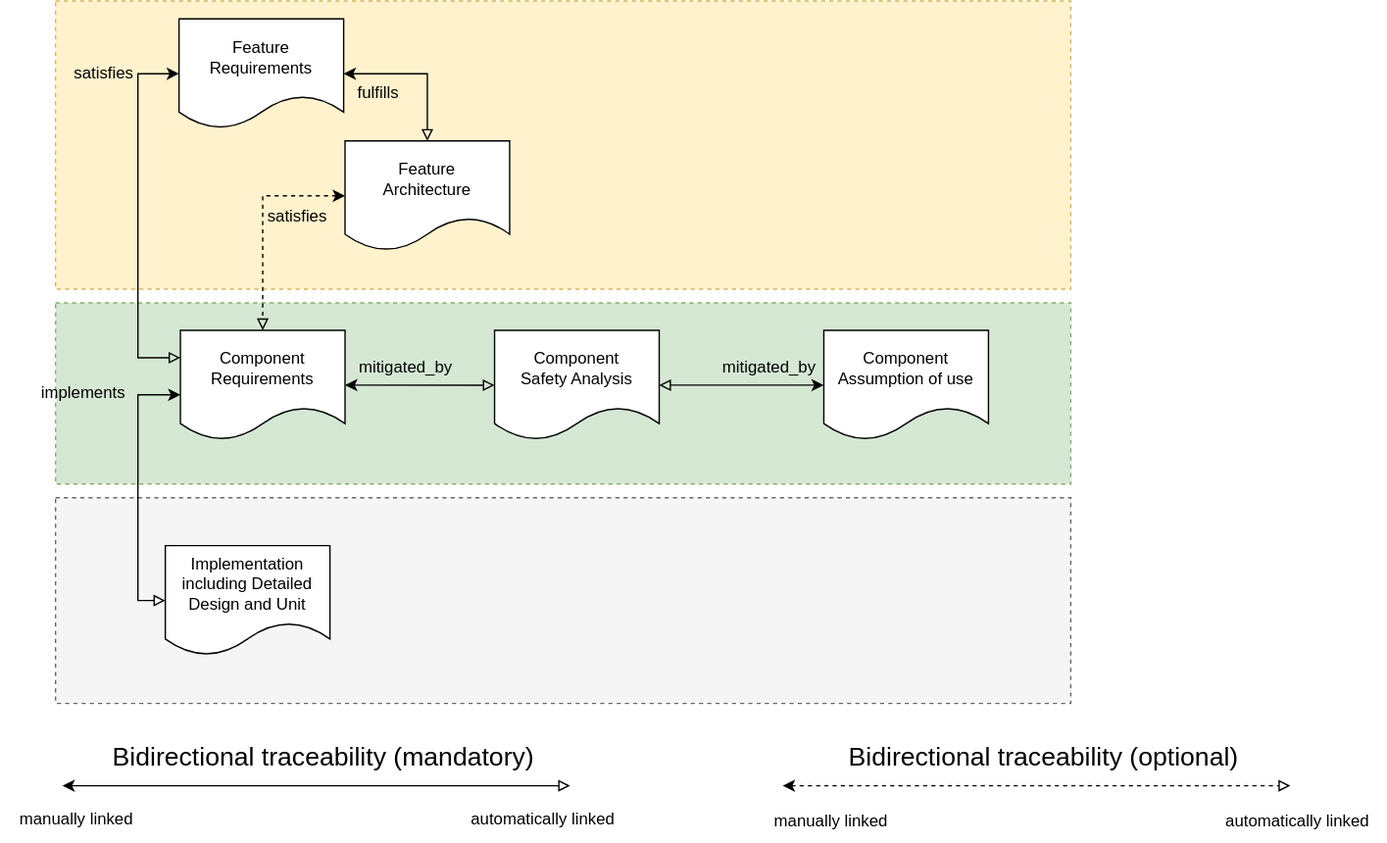
Above: main/_images/score_traceability_model_cmp_overview_3.drawio.svg in eclipse-score/process_description (draw.io), before the change. Source tidied: cells renumbered, new cells last; positions are measured from the earlier drawing's top-left corner, leaving out a move shared by most shapes.
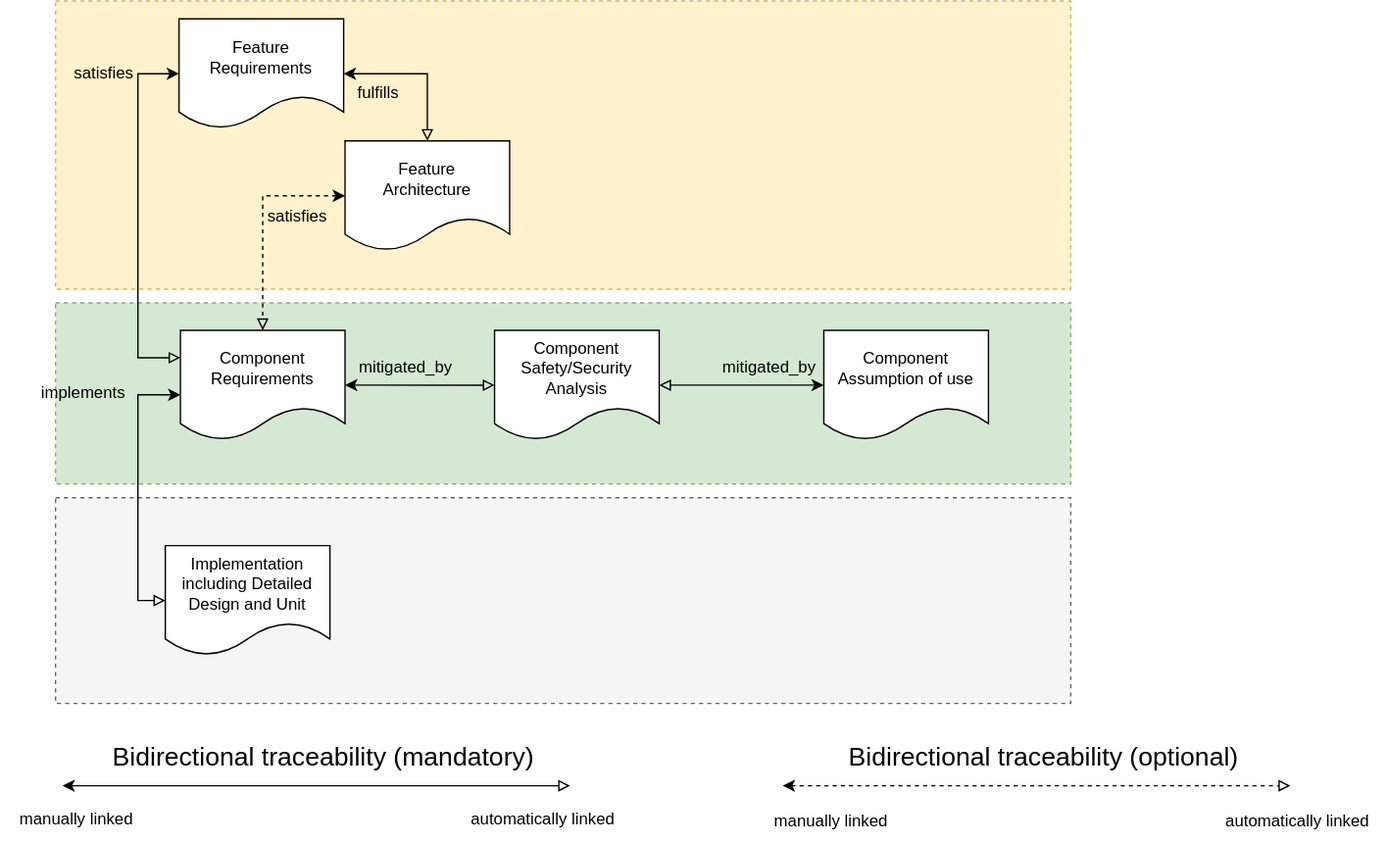
Later version of the same file.

Diff of the diagram source:
```diff
@@ -36,7 +36,7 @@
     <mxCell id="9" style="edgeStyle=orthogonalEdgeStyle;rounded=0;jettySize=auto;html=1;entryX=1;entryY=0.5;entryDx=0;entryDy=0;exitX=0.5;exitY=0;exitDx=0;exitDy=0;startArrow=block;startFill=0;" parent="1" edge="1" source="13" target="5">
       <mxGeometry relative="1" as="geometry" />
     </mxCell>
-    <mxCell id="10" value="Component&lt;br&gt;Safety Analysis" style="shape=document;whiteSpace=wrap;html=1;boundedLbl=1;" parent="1" vertex="1">
+    <mxCell id="10" value="Component&lt;br&gt;Safety/Security Analysis" style="shape=document;whiteSpace=wrap;html=1;boundedLbl=1;" parent="1" vertex="1">
       <mxGeometry x="360" y="240" width="120" height="80" as="geometry" />
     </mxCell>
     <mxCell id="11" style="edgeStyle=orthogonalEdgeStyle;rounded=0;jettySize=auto;html=1;startArrow=classic;startFill=1;entryX=1;entryY=0.5;entryDx=0;entryDy=0;exitX=0;exitY=0.5;exitDx=0;exitDy=0;endArrow=block;endFill=0;" parent="1" edge="1" source="4" target="10">
```
